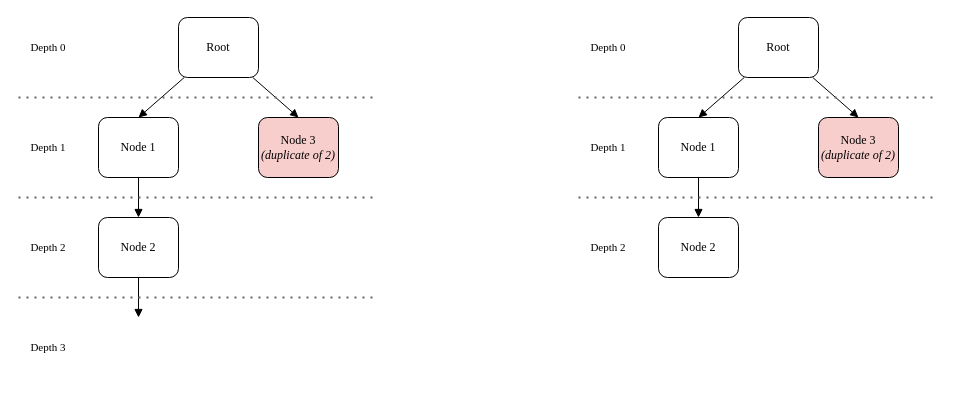
Earlier version of the draw.io diagram Bilder/DrawIO/side_effects.drawio (jatsqi/master-thesis-latex). Source tidied: cells renumbered, new cells numbered last; positions are measured from the earlier drawing's top-left corner, leaving out a move shared by most shapes. Both pictures are drawn from the tidied source at 100%, with x=0, y=0 at pixel (18, 17).
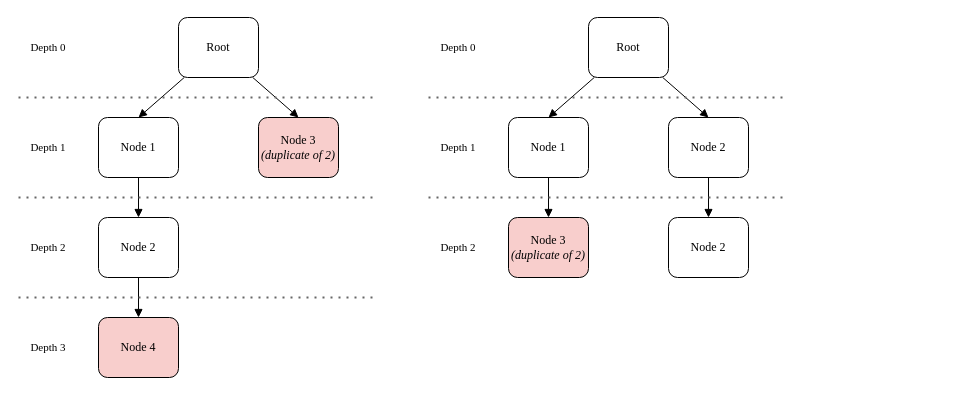
Above is the later version.

Commit message (it also covers changes not shown here):
Add DrawIO images for side effects

The change refers to these unchanged cells:
```xml
<mxCell id="9" value="Node 2" style="rounded=1;whiteSpace=wrap;html=1;fontFamily=Times New Roman;" parent="1" vertex="1">
  <mxGeometry x="80" y="200" width="80" height="60" as="geometry" />
</mxCell>
```

Change to the diagram source:
```diff
@@
-    <mxCell id="8" style="edgeStyle=orthogonalEdgeStyle;shape=connector;rounded=0;jettySize=auto;html=1;strokeColor=default;align=center;verticalAlign=middle;fontFamily=Helvetica;fontSize=11;fontColor=default;labelBackgroundColor=default;endArrow=block;endFill=1;" parent="1" edge="1" source="9">
-      <mxGeometry relative="1" as="geometry">
-        <mxPoint x="120" y="300" as="targetPoint" />
-      </mxGeometry>
+    <mxCell id="8" style="edgeStyle=orthogonalEdgeStyle;shape=connector;rounded=0;jettySize=auto;html=1;strokeColor=default;align=center;verticalAlign=middle;fontFamily=Helvetica;fontSize=11;fontColor=default;labelBackgroundColor=default;endArrow=block;endFill=1;" parent="1" edge="1" source="9" target="30">
+      <mxGeometry relative="1" as="geometry" />
     </mxCell>
@@
     <mxCell id="17" value="Root" style="rounded=1;whiteSpace=wrap;html=1;fontFamily=Times New Roman;" parent="1" vertex="1">
-      <mxGeometry x="720" width="80" height="60" as="geometry" />
+      <mxGeometry x="570" width="80" height="60" as="geometry" />
     </mxCell>
@@
     <mxCell id="19" value="Node 1" style="rounded=1;whiteSpace=wrap;html=1;fontFamily=Times New Roman;" parent="1" vertex="1">
-      <mxGeometry x="640" y="100" width="80" height="60" as="geometry" />
+      <mxGeometry x="490" y="100" width="80" height="60" as="geometry" />
     </mxCell>
+    <mxCell id="29" style="edgeStyle=orthogonalEdgeStyle;rounded=0;jettySize=auto;html=1;endArrow=block;endFill=1;" parent="1" edge="1" source="20" target="31">
+      <mxGeometry relative="1" as="geometry" />
+    </mxCell>
-    <mxCell id="20" value="Node 3&lt;div&gt;&lt;i&gt;(duplicate of 2)&lt;/i&gt;&lt;/div&gt;" style="rounded=1;whiteSpace=wrap;html=1;fontFamily=Times New Roman;fillColor=#f8cecc;strokeColor=default;" parent="1" vertex="1">
-      <mxGeometry x="800" y="100" width="80" height="60" as="geometry" />
+    <mxCell id="20" value="Node 2" style="rounded=1;whiteSpace=wrap;html=1;fontFamily=Times New Roman;" parent="1" vertex="1">
+      <mxGeometry x="650" y="100" width="80" height="60" as="geometry" />
     </mxCell>
-    <mxCell id="21" value="Node 2" style="rounded=1;whiteSpace=wrap;html=1;fontFamily=Times New Roman;" parent="1" vertex="1">
-      <mxGeometry x="640" y="200" width="80" height="60" as="geometry" />
+    <mxCell id="21" value="Node 3&lt;div&gt;&lt;i&gt;(duplicate of 2)&lt;/i&gt;&lt;/div&gt;" style="rounded=1;whiteSpace=wrap;html=1;fontFamily=Times New Roman;strokeColor=default;fillColor=light-dark(#F8CECC,#512D2B);" parent="1" vertex="1">
+      <mxGeometry x="490" y="200" width="80" height="60" as="geometry" />
     </mxCell>
     <mxCell id="22" style="endArrow=none;dashed=1;html=1;dashPattern=1 3;strokeWidth=2;rounded=0;align=center;verticalAlign=middle;fontFamily=Times New Roman;fontSize=11;fontColor=default;labelBackgroundColor=default;edgeStyle=orthogonalEdgeStyle;fillColor=#f5f5f5;strokeColor=#666666;" parent="1" edge="1">
       <mxGeometry relative="1" as="geometry">
-        <mxPoint x="560" y="180" as="sourcePoint" />
-        <mxPoint x="920" y="180" as="targetPoint" />
+        <mxPoint x="410" y="180" as="sourcePoint" />
+        <mxPoint x="770" y="180" as="targetPoint" />
       </mxGeometry>
     </mxCell>
     <mxCell id="23" value="Depth 1" style="text;html=1;align=center;verticalAlign=middle;whiteSpace=wrap;rounded=0;fontFamily=Times New Roman;fontSize=11;fontColor=default;labelBackgroundColor=default;" parent="1" vertex="1">
-      <mxGeometry x="560" y="115" width="60" height="30" as="geometry" />
+      <mxGeometry x="410" y="115" width="60" height="30" as="geometry" />
     </mxCell>
     <mxCell id="24" value="Depth 2" style="text;html=1;align=center;verticalAlign=middle;whiteSpace=wrap;rounded=0;fontFamily=Times New Roman;fontSize=11;fontColor=default;labelBackgroundColor=default;" parent="1" vertex="1">
-      <mxGeometry x="560" y="215" width="60" height="30" as="geometry" />
+      <mxGeometry x="410" y="215" width="60" height="30" as="geometry" />
     </mxCell>
     <mxCell id="25" value="Depth 0" style="text;html=1;align=center;verticalAlign=middle;whiteSpace=wrap;rounded=0;fontFamily=Times New Roman;fontSize=11;fontColor=default;labelBackgroundColor=default;" parent="1" vertex="1">
-      <mxGeometry x="560" y="15" width="60" height="30" as="geometry" />
+      <mxGeometry x="410" y="15" width="60" height="30" as="geometry" />
     </mxCell>
     <mxCell id="26" style="endArrow=none;dashed=1;html=1;dashPattern=1 3;strokeWidth=2;rounded=0;align=center;verticalAlign=middle;fontFamily=Times New Roman;fontSize=11;fontColor=default;labelBackgroundColor=default;edgeStyle=orthogonalEdgeStyle;fillColor=#f5f5f5;strokeColor=#666666;" parent="1" edge="1">
       <mxGeometry relative="1" as="geometry">
-        <mxPoint x="560" y="80" as="sourcePoint" />
-        <mxPoint x="920" y="80" as="targetPoint" />
+        <mxPoint x="410" y="80" as="sourcePoint" />
+        <mxPoint x="770" y="80" as="targetPoint" />
       </mxGeometry>
     </mxCell>
@@
+    <mxCell id="30" value="Node 4" style="rounded=1;whiteSpace=wrap;html=1;fontFamily=Times New Roman;fillColor=#F8CECC;" parent="1" vertex="1">
+      <mxGeometry x="80" y="300" width="80" height="60" as="geometry" />
+    </mxCell>
+    <mxCell id="31" value="Node 2" style="rounded=1;whiteSpace=wrap;html=1;fontFamily=Times New Roman;" parent="1" vertex="1">
+      <mxGeometry x="650" y="200" width="80" height="60" as="geometry" />
+    </mxCell>
```
